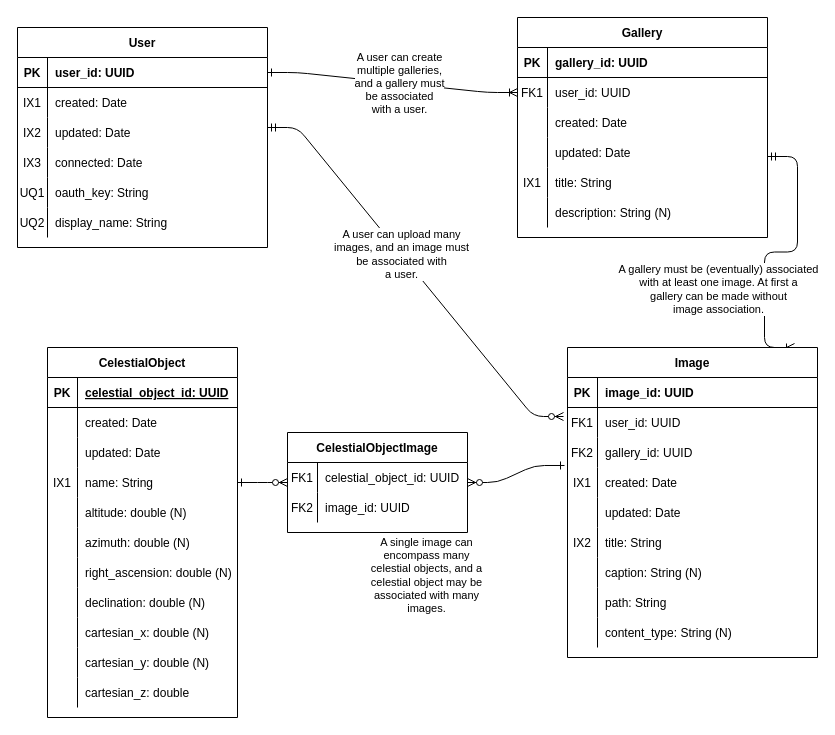
This is docs/work/erd.drawio from north-star-sharing/north-star-sharing.github.io, a draw.io file, before an edit. Source tidied: cells renumbered, new cells numbered last; positions are measured from the earlier drawing's top-left corner, leaving out a move shared by most shapes. Both pictures are drawn from the tidied source at 100%, with x=0, y=0 at pixel (17, 17).
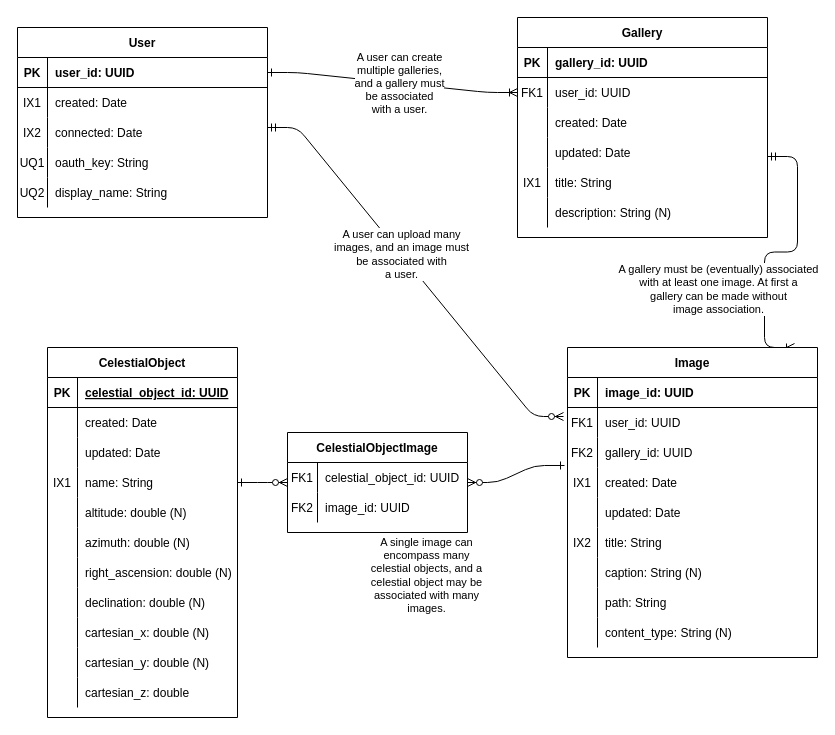
Above is the later version.

Change to the diagram source:
```diff
@@
     <mxCell id="53" value="User" style="shape=table;startSize=30;childLayout=tableLayout;rowLines=0;fontStyle=1;align=center;" parent="1" vertex="1">
-      <mxGeometry y="10" width="250" height="220" as="geometry" />
+      <mxGeometry y="10" width="250" height="190" as="geometry" />
     </mxCell>
@@
-    <mxCell id="60" style="shape=partialRectangle;fillColor=none;top=0;left=0;right=0;bottom=0;" parent="53" vertex="1">
-      <mxGeometry y="90" width="250" height="30" as="geometry" />
-    </mxCell>
-    <mxCell id="61" value="IX2" style="shape=partialRectangle;overflow=hidden;fillColor=none;top=0;left=0;bottom=0;right=0;" parent="60" vertex="1">
-      <mxGeometry width="30" height="30" as="geometry" />
-    </mxCell>
-    <mxCell id="62" value="updated: Date" style="shape=partialRectangle;overflow=hidden;fillColor=none;top=0;left=0;bottom=0;right=0;align=left;spacingLeft=6;" parent="60" vertex="1">
-      <mxGeometry x="30" width="220" height="30" as="geometry" />
-    </mxCell>
     <mxCell id="63" style="shape=partialRectangle;fillColor=none;top=0;left=0;right=0;bottom=0;" parent="53" vertex="1">
-      <mxGeometry y="120" width="250" height="30" as="geometry" />
+      <mxGeometry y="90" width="250" height="30" as="geometry" />
     </mxCell>
-    <mxCell id="64" value="IX3" style="shape=partialRectangle;overflow=hidden;fillColor=none;top=0;left=0;bottom=0;right=0;" parent="63" vertex="1">
+    <mxCell id="64" value="IX2" style="shape=partialRectangle;overflow=hidden;fillColor=none;top=0;left=0;bottom=0;right=0;" parent="63" vertex="1">
       <mxGeometry width="30" height="30" as="geometry" />
     </mxCell>
@@
     <mxCell id="66" style="shape=partialRectangle;fillColor=none;top=0;left=0;right=0;bottom=0;" parent="53" vertex="1">
-      <mxGeometry y="150" width="250" height="30" as="geometry" />
+      <mxGeometry y="120" width="250" height="30" as="geometry" />
     </mxCell>
@@
     <mxCell id="69" style="shape=partialRectangle;fillColor=none;top=0;left=0;right=0;bottom=0;" parent="53" vertex="1">
-      <mxGeometry y="180" width="250" height="30" as="geometry" />
+      <mxGeometry y="150" width="250" height="30" as="geometry" />
     </mxCell>
```
